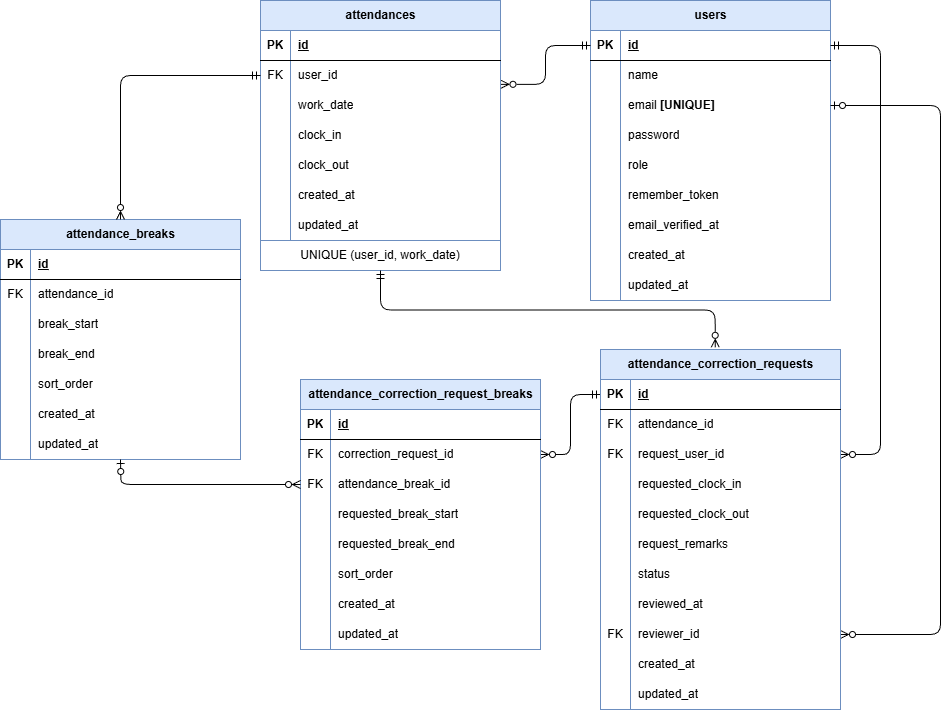
Before: docs/requirements/er_diagram.drawio.png, a diagram exported from draw.io (yyoshi-dev/coachtech-attendance-app). Source tidied: cells renumbered, new cells last; positions are measured from the earlier drawing's top-left corner, leaving out a move shared by most shapes.
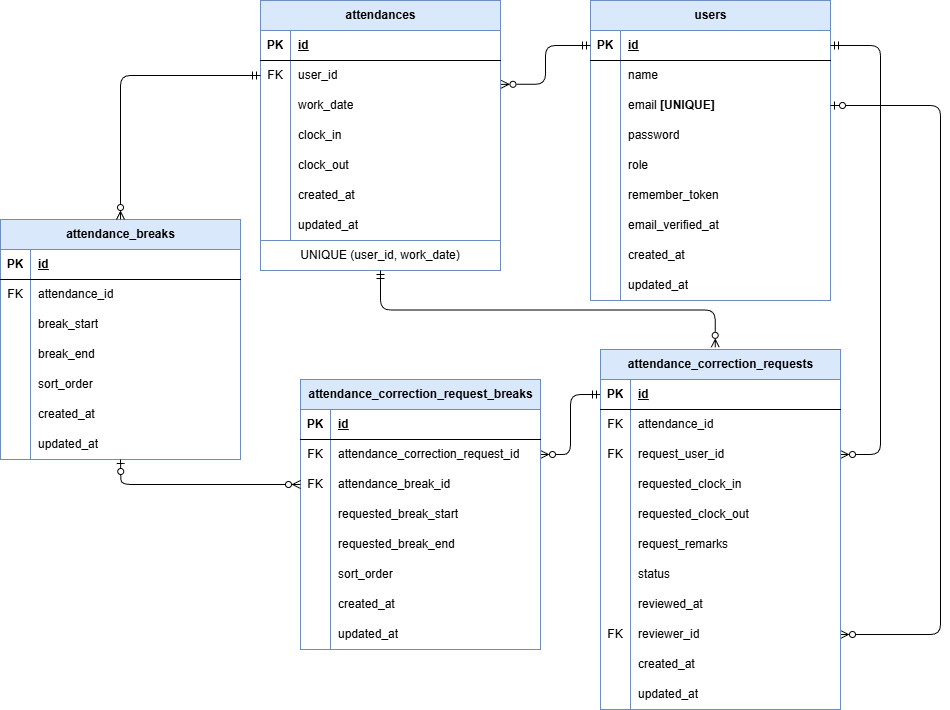
Later version of the same file.

Commit message:
attendance_correction_request_breaks内の親テーブルとの外部キーの名称を修正

Diff of the diagram source:
```diff
@@ -267,7 +267,7 @@
     <mxCell id="86" value="FK" style="shape=partialRectangle;fillColor=none;top=0;left=0;bottom=0;right=0;overflow=hidden;whiteSpace=wrap;html=1;" parent="85" vertex="1">
       <mxGeometry width="30" height="30" as="geometry" />
     </mxCell>
-    <mxCell id="87" value="correction_request_id" style="shape=partialRectangle;fillColor=none;top=0;left=0;bottom=0;right=0;align=left;spacingLeft=6;overflow=hidden;whiteSpace=wrap;html=1;" parent="85" vertex="1">
+    <mxCell id="87" value="attendance_correction_request_id" style="shape=partialRectangle;fillColor=none;top=0;left=0;bottom=0;right=0;align=left;spacingLeft=6;overflow=hidden;whiteSpace=wrap;html=1;" parent="85" vertex="1">
       <mxGeometry x="30" width="210" height="30" as="geometry" />
     </mxCell>
     <mxCell id="88" style="shape=tableRow;horizontal=0;startSize=0;swimlaneHead=0;swimlaneBody=0;fillColor=none;points=[[0,0.5],[1,0.5]];portConstraint=eastwest;top=0;left=0;right=0;bottom=0;" parent="81" vertex="1">
```
